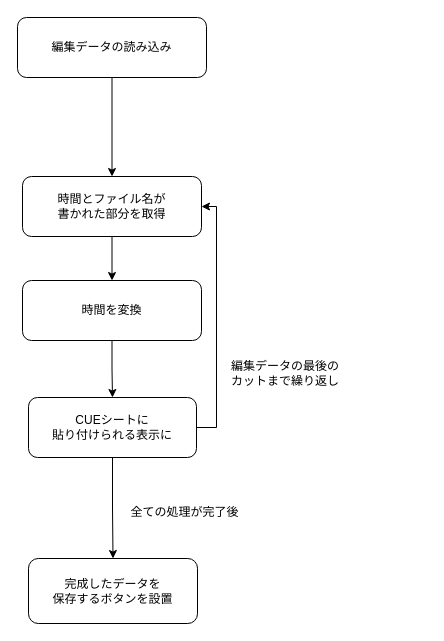
Earlier version of the draw.io diagram Untitled Diagram.drawio (launchpencil/cue-automate). Source tidied: cells renumbered, new cells numbered last; positions are measured from the earlier drawing's top-left corner, leaving out a move shared by most shapes. Both pictures are drawn from the tidied source at 100%, with x=0, y=0 at pixel (17, 17).
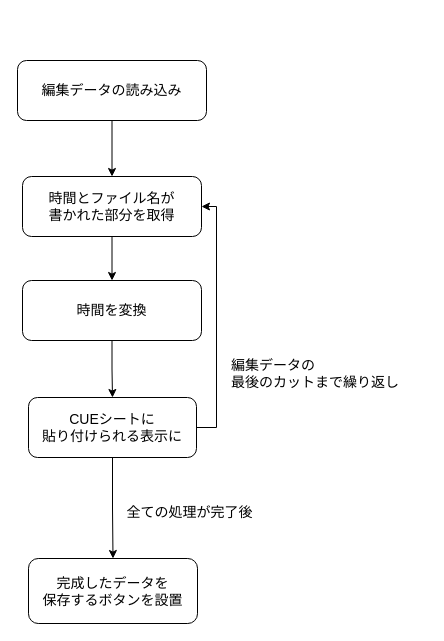
Above is the later version.

Commit message:
Untitled Diagram.drawio を更新します

Change to the diagram source:
```diff
@@
 <mxGraphModel>
   <root>
     <mxCell id="0" />
     <mxCell id="1" parent="0" />
-    <mxCell id="2" style="edgeStyle=orthogonalEdgeStyle;rounded=0;jettySize=auto;html=1;" parent="1" edge="1" source="3" target="5">
+    <mxCell id="2" style="edgeStyle=orthogonalEdgeStyle;rounded=0;jettySize=auto;html=1;fontSize=14;" parent="1" edge="1" source="3" target="5">
       <mxGeometry relative="1" as="geometry" />
     </mxCell>
-    <mxCell id="3" value="編集データの読み込み" style="rounded=1;whiteSpace=wrap;html=1;" parent="1" vertex="1">
-      <mxGeometry width="189" height="60" as="geometry" />
+    <mxCell id="3" value="編集データの読み込み" style="rounded=1;whiteSpace=wrap;html=1;fontSize=14;" parent="1" vertex="1">
+      <mxGeometry y="43" width="189" height="60" as="geometry" />
     </mxCell>
-    <mxCell id="4" style="edgeStyle=orthogonalEdgeStyle;rounded=0;jettySize=auto;html=1;" parent="1" edge="1" source="5" target="7">
+    <mxCell id="4" style="edgeStyle=orthogonalEdgeStyle;rounded=0;jettySize=auto;html=1;fontSize=14;" parent="1" edge="1" source="5" target="7">
       <mxGeometry relative="1" as="geometry" />
     </mxCell>
-    <mxCell id="5" value="時間とファイル名が&lt;div&gt;書かれた部分を取得&lt;/div&gt;" style="rounded=1;whiteSpace=wrap;html=1;" parent="1" vertex="1">
+    <mxCell id="5" value="時間とファイル名が&lt;div style=&quot;font-size: 14px;&quot;&gt;書かれた部分を取得&lt;/div&gt;" style="rounded=1;whiteSpace=wrap;html=1;fontSize=14;" parent="1" vertex="1">
       <mxGeometry x="5" y="159" width="179" height="60" as="geometry" />
     </mxCell>
-    <mxCell id="6" style="edgeStyle=orthogonalEdgeStyle;rounded=0;jettySize=auto;html=1;" parent="1" edge="1" source="7" target="10">
+    <mxCell id="6" style="edgeStyle=orthogonalEdgeStyle;rounded=0;jettySize=auto;html=1;fontSize=14;" parent="1" edge="1" source="7" target="10">
       <mxGeometry relative="1" as="geometry" />
     </mxCell>
-    <mxCell id="7" value="時間を変換" style="rounded=1;whiteSpace=wrap;html=1;" parent="1" vertex="1">
+    <mxCell id="7" value="時間を変換" style="rounded=1;whiteSpace=wrap;html=1;fontSize=14;" parent="1" vertex="1">
       <mxGeometry x="5" y="263" width="179" height="60" as="geometry" />
     </mxCell>
-    <mxCell id="8" style="edgeStyle=orthogonalEdgeStyle;rounded=0;jettySize=auto;html=1;entryX=1;entryY=0.5;entryDx=0;entryDy=0;exitX=1;exitY=0.5;exitDx=0;exitDy=0;" parent="1" edge="1" source="10" target="5">
+    <mxCell id="8" style="edgeStyle=orthogonalEdgeStyle;rounded=0;jettySize=auto;html=1;entryX=1;entryY=0.5;entryDx=0;entryDy=0;exitX=1;exitY=0.5;exitDx=0;exitDy=0;fontSize=14;" parent="1" edge="1" source="10" target="5">
       <mxGeometry relative="1" as="geometry" />
     </mxCell>
-    <mxCell id="9" style="edgeStyle=orthogonalEdgeStyle;rounded=0;jettySize=auto;html=1;" parent="1" edge="1" source="10" target="12">
+    <mxCell id="9" style="edgeStyle=orthogonalEdgeStyle;rounded=0;jettySize=auto;html=1;fontSize=14;" parent="1" edge="1" source="10" target="12">
       <mxGeometry relative="1" as="geometry" />
     </mxCell>
-    <mxCell id="10" value="CUEシートに&lt;div&gt;貼り付けられる表示に&lt;/div&gt;" style="rounded=1;whiteSpace=wrap;html=1;" parent="1" vertex="1">
+    <mxCell id="10" value="CUEシートに&lt;div style=&quot;font-size: 14px;&quot;&gt;貼り付けられる表示に&lt;/div&gt;" style="rounded=1;whiteSpace=wrap;html=1;fontSize=14;" parent="1" vertex="1">
       <mxGeometry x="11" y="380" width="168" height="60" as="geometry" />
     </mxCell>
-    <mxCell id="11" value="編集データの最後のカットまで繰り返し" style="text;strokeColor=none;fillColor=none;align=left;verticalAlign=middle;spacingLeft=4;spacingRight=4;overflow=hidden;whiteSpace=wrap;html=1;" parent="1" vertex="1">
-      <mxGeometry x="208" y="332" width="127" height="48" as="geometry" />
+    <mxCell id="11" value="編集データの&lt;div&gt;最後のカットまで繰り返し&lt;/div&gt;" style="text;strokeColor=none;fillColor=none;align=left;verticalAlign=middle;spacingLeft=4;spacingRight=4;overflow=hidden;whiteSpace=wrap;html=1;fontSize=14;" parent="1" vertex="1">
+      <mxGeometry x="208" y="332" width="201" height="48" as="geometry" />
     </mxCell>
-    <mxCell id="12" value="完成したデータを&lt;div&gt;保存するボタンを設置&lt;/div&gt;" style="rounded=1;whiteSpace=wrap;html=1;" parent="1" vertex="1">
+    <mxCell id="12" value="完成したデータを&lt;div style=&quot;font-size: 14px;&quot;&gt;保存するボタンを設置&lt;/div&gt;" style="rounded=1;whiteSpace=wrap;html=1;fontSize=14;" parent="1" vertex="1">
       <mxGeometry x="11" y="541" width="169" height="65" as="geometry" />
     </mxCell>
-    <mxCell id="13" value="全ての処理が完了後" style="text;html=1;align=center;verticalAlign=middle;whiteSpace=wrap;rounded=0;" parent="1" vertex="1">
-      <mxGeometry x="106" y="480" width="123" height="30" as="geometry" />
+    <mxCell id="13" value="全ての処理が完了後" style="text;html=1;align=center;verticalAlign=middle;whiteSpace=wrap;rounded=0;fontSize=14;" parent="1" vertex="1">
+      <mxGeometry x="106" y="480" width="133" height="30" as="geometry" />
     </mxCell>
   </root>
 </mxGraphModel>
```
